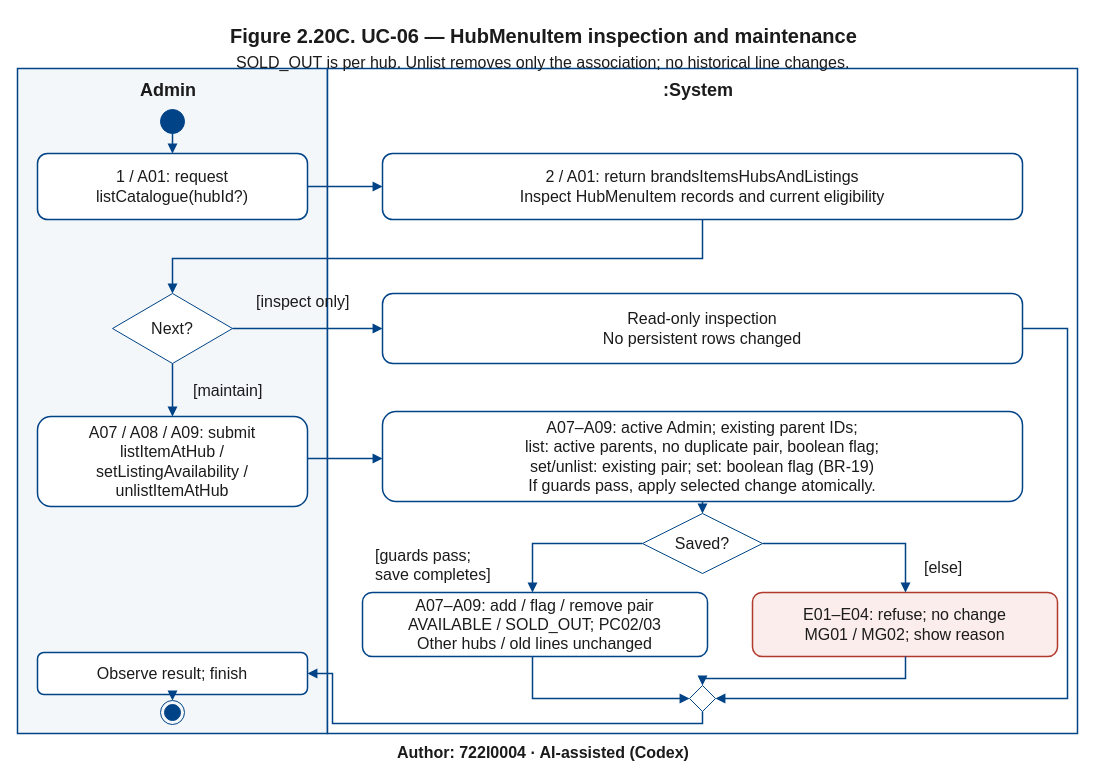
The draw.io diagram page "Figure 2.20C. UC-06 — HubMenuItem inspection and maintenance" (3 of 3) of models/UC-06/activity_uc06.drawio in Dat071104/SaigonBite, before the edit. Source tidied: cells renumbered, new cells numbered last; positions are measured from the earlier drawing's top-left corner, leaving out a move shared by most shapes. Both pictures are drawn from the tidied source at 100%, with x=0, y=0 at pixel (17, 17).
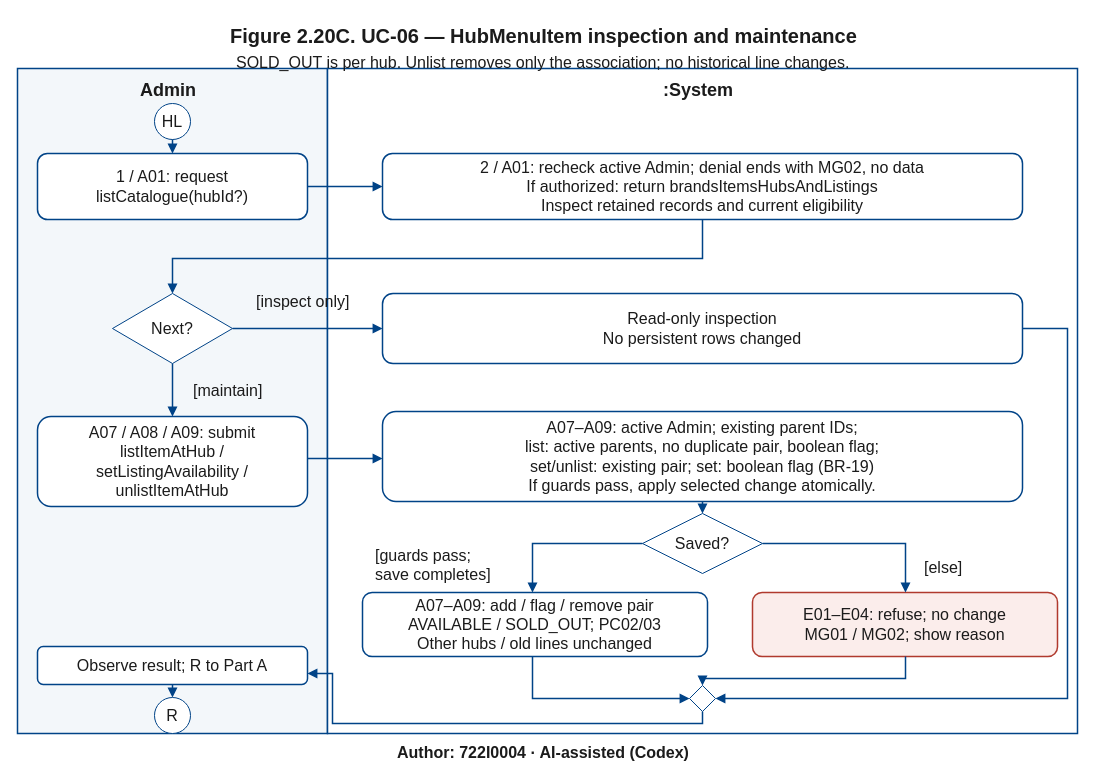
The same page after the edit.

Unchanged cells that the change refers to:
```xml
<mxCell id="18" style="html=0;whiteSpace=wrap;fontFamily=Arial;fontSize=16;fontColor=#1B1B1B;rhombus;fillColor=white;strokeColor=#004387;" parent="1" vertex="1">
  <mxGeometry x="672" y="668" width="26" height="26" as="geometry" />
</mxCell>
```

Diff of the diagram source:
```diff
@@
-    <mxCell id="8" style="html=0;whiteSpace=wrap;fontFamily=Arial;fontSize=16;fontColor=#1B1B1B;ellipse;fillColor=#004387;strokeColor=#004387;" parent="1" vertex="1">
-      <mxGeometry x="143" y="92" width="24" height="24" as="geometry" />
+    <mxCell id="8" value="HL" style="html=0;whiteSpace=wrap;fontFamily=Arial;fontSize=16;fontColor=#1B1B1B;ellipse;fillColor=white;strokeColor=#004387;" parent="1" vertex="1">
+      <mxGeometry x="137" y="86" width="36" height="36" as="geometry" />
     </mxCell>
@@
-    <mxCell id="10" value="2 / A01: return brandsItemsHubsAndListings&#10;Inspect HubMenuItem records and current eligibility" style="html=0;whiteSpace=wrap;fontFamily=Arial;fontSize=16;fontColor=#1B1B1B;rounded=1;fillColor=white;strokeColor=#004387;strokeWidth=1.5;" parent="1" vertex="1">
+    <mxCell id="10" value="2 / A01: recheck active Admin; denial ends with MG02, no data&#10;If authorized: return brandsItemsHubsAndListings&#10;Inspect retained records and current eligibility" style="html=0;whiteSpace=wrap;fontFamily=Arial;fontSize=16;fontColor=#1B1B1B;rounded=1;fillColor=white;strokeColor=#004387;strokeWidth=1.5;" parent="1" vertex="1">
       <mxGeometry x="365" y="136" width="640" height="66" as="geometry" />
     </mxCell>
@@
-    <mxCell id="19" value="Observe result; finish" style="html=0;whiteSpace=wrap;fontFamily=Arial;fontSize=16;fontColor=#1B1B1B;rounded=1;fillColor=white;strokeColor=#004387;strokeWidth=1.5;" parent="1" vertex="1">
-      <mxGeometry x="20" y="635" width="270" height="42" as="geometry" />
+    <mxCell id="19" value="Observe result; R to Part A" style="html=0;whiteSpace=wrap;fontFamily=Arial;fontSize=16;fontColor=#1B1B1B;rounded=1;fillColor=white;strokeColor=#004387;strokeWidth=1.5;" parent="1" vertex="1">
+      <mxGeometry x="20" y="629" width="270" height="38" as="geometry" />
     </mxCell>
-    <mxCell id="20" style="html=0;whiteSpace=wrap;fontFamily=Arial;fontSize=16;fontColor=#1B1B1B;shape=endState;fillColor=#004387;strokeColor=#004387;" parent="1" vertex="1">
-      <mxGeometry x="143" y="683" width="24" height="24" as="geometry" />
+    <mxCell id="20" value="R" style="html=0;whiteSpace=wrap;fontFamily=Arial;fontSize=16;fontColor=#1B1B1B;ellipse;fillColor=white;strokeColor=#004387;" parent="1" vertex="1">
+      <mxGeometry x="137" y="680" width="36" height="36" as="geometry" />
     </mxCell>
@@
-    <mxCell id="37" style="edgeStyle=none;rounded=0;strokeColor=#004387;strokeWidth=1.5;endArrow=block;exitX=0.5;exitY=1.0;exitPerimeter=0;entryX=1.0;entryY=0.5;entryPerimeter=0;" parent="1" edge="1" source="18" target="19">
+    <mxCell id="37" style="edgeStyle=none;rounded=0;strokeColor=#004387;strokeWidth=1.5;endArrow=block;exitX=0.5;exitY=1.0;exitPerimeter=0;entryX=1.0;entryY=0.7105263157894737;entryPerimeter=0;" parent="1" edge="1" source="18" target="19">
       <mxGeometry relative="1" as="geometry">
         <Array as="points">
           <mxPoint x="685" y="706" />
           <mxPoint x="315" y="706" />
           <mxPoint x="315" y="656" />
         </Array>
       </mxGeometry>
     </mxCell>
```
